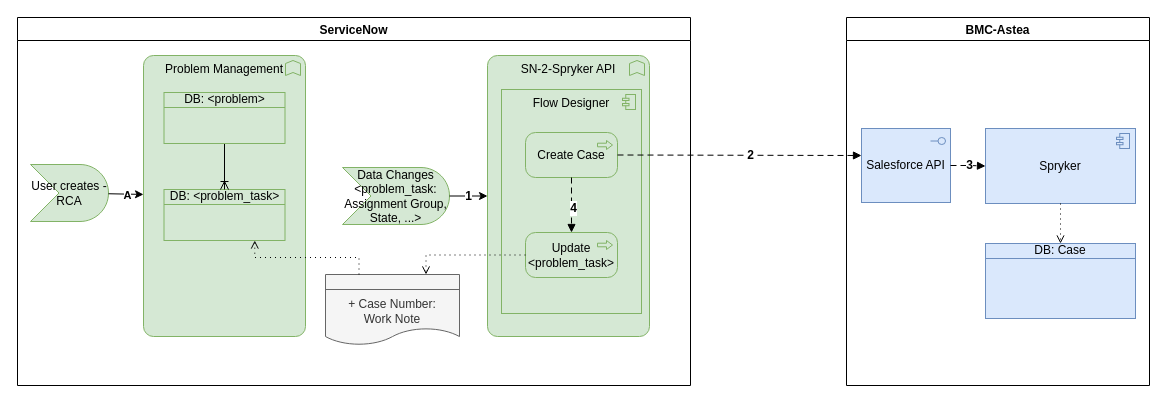
algimas/tmp keeps this draw.io diagram as page "SN>BMC" (1 of 2) of SN2BMC-Astea.drawio. Above is the earlier version. Source tidied: cells renumbered, new cells numbered last; positions are measured from the earlier drawing's top-left corner, leaving out a move shared by most shapes. Both pictures are drawn from the tidied source at 100%, with x=0, y=0 at pixel (17, 17).
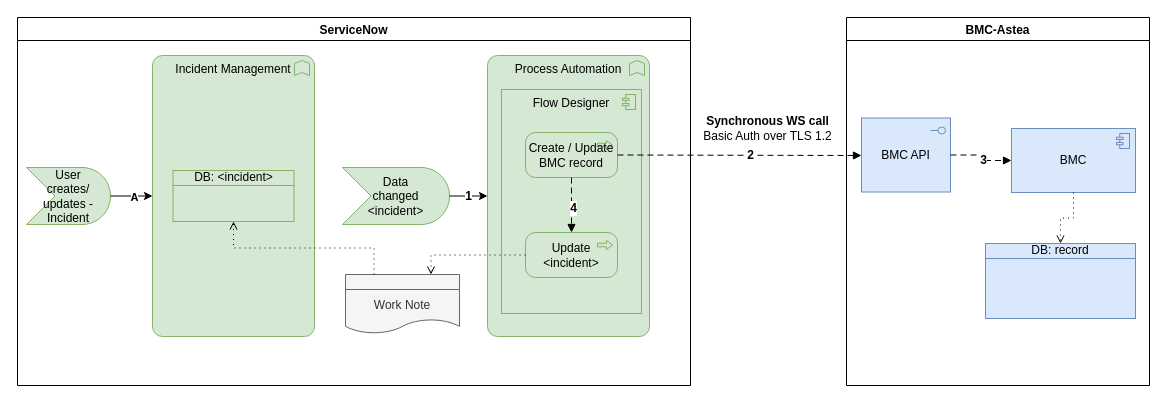
Above is the later version.

The change refers to these unchanged cells:
```xml
<mxCell id="2" value="BMC-Astea" style="swimlane;" parent="1" vertex="1">
  <mxGeometry x="829" width="303" height="368" as="geometry" />
</mxCell>
<mxCell id="9" value="ServiceNow" style="swimlane;" parent="1" vertex="1">
  <mxGeometry width="673" height="368" as="geometry" />
</mxCell>
```

Change to the diagram source:
```diff
@@
-    <mxCell id="3" value="Spryker" style="html=1;outlineConnect=0;whiteSpace=wrap;fillColor=#dae8fc;shape=mxgraph.archimate3.application;appType=comp;archiType=square;strokeColor=#6c8ebf;" parent="2" vertex="1">
-      <mxGeometry x="139" y="111" width="150" height="75" as="geometry" />
+    <mxCell id="3" value="BMC" style="html=1;outlineConnect=0;whiteSpace=wrap;fillColor=#dae8fc;shape=mxgraph.archimate3.application;appType=comp;archiType=square;strokeColor=#6c8ebf;" parent="2" vertex="1">
+      <mxGeometry x="165" y="111" width="124" height="64" as="geometry" />
     </mxCell>
-    <mxCell id="4" value="Salesforce API" style="html=1;outlineConnect=0;whiteSpace=wrap;fillColor=#dae8fc;shape=mxgraph.archimate3.application;appType=interface;archiType=square;strokeColor=#6c8ebf;" parent="2" vertex="1">
-      <mxGeometry x="15" y="111" width="89" height="74" as="geometry" />
+    <mxCell id="4" value="BMC API" style="html=1;outlineConnect=0;whiteSpace=wrap;fillColor=#dae8fc;shape=mxgraph.archimate3.application;appType=interface;archiType=square;strokeColor=#6c8ebf;" parent="2" vertex="1">
+      <mxGeometry x="15" y="100.5" width="89" height="74" as="geometry" />
     </mxCell>
-    <mxCell id="5" value="DB: Case" style="html=1;outlineConnect=0;whiteSpace=wrap;fillColor=#dae8fc;shape=mxgraph.archimate3.businessObject;overflow=fill;strokeColor=#6c8ebf;" parent="2" vertex="1">
+    <mxCell id="5" value="DB: record" style="html=1;outlineConnect=0;whiteSpace=wrap;fillColor=#dae8fc;shape=mxgraph.archimate3.businessObject;overflow=fill;strokeColor=#6c8ebf;" parent="2" vertex="1">
       <mxGeometry x="139" y="226" width="150" height="75" as="geometry" />
     </mxCell>
@@
-    <mxCell id="10" value="&lt;div&gt;+ Case Number:&lt;/div&gt;&lt;div&gt;Work Note&lt;br&gt; &lt;/div&gt;" style="html=1;outlineConnect=0;whiteSpace=wrap;fillColor=#f5f5f5;shape=mxgraph.archimate3.representation;fontSize=12;align=center;strokeColor=#666666;fontColor=#333333;" parent="9" vertex="1">
-      <mxGeometry x="308" y="257" width="134" height="73" as="geometry" />
+    <mxCell id="10" value="&lt;div&gt;&lt;span style=&quot;background-color: initial;&quot;&gt;Work Note&lt;/span&gt;&lt;br&gt;&lt;/div&gt;" style="html=1;outlineConnect=0;whiteSpace=wrap;fillColor=#f5f5f5;shape=mxgraph.archimate3.representation;fontSize=12;align=center;strokeColor=#666666;fontColor=#333333;" parent="9" vertex="1">
+      <mxGeometry x="328" y="257" width="114" height="61" as="geometry" />
     </mxCell>
-    <mxCell id="11" value="User creates - RCA" style="html=1;outlineConnect=0;whiteSpace=wrap;fillColor=#d5e8d4;shape=mxgraph.archimate3.event;strokeColor=#82b366;" parent="9" vertex="1">
-      <mxGeometry x="13" y="147" width="78" height="57" as="geometry" />
+    <mxCell id="11" value="User &lt;br&gt;creates/&lt;br&gt;updates - Incident" style="html=1;outlineConnect=0;whiteSpace=wrap;fillColor=#d5e8d4;shape=mxgraph.archimate3.event;strokeColor=#82b366;" parent="9" vertex="1">
+      <mxGeometry x="9" y="150" width="84" height="57" as="geometry" />
     </mxCell>
-    <mxCell id="12" value="Problem Management" style="html=1;outlineConnect=0;whiteSpace=wrap;fillColor=#d5e8d4;shape=mxgraph.archimate3.application;appType=func;archiType=rounded;strokeColor=#82b366;verticalAlign=top;" parent="9" vertex="1">
-      <mxGeometry x="126" y="38" width="162" height="281" as="geometry" />
+    <mxCell id="12" value="Incident Management" style="html=1;outlineConnect=0;whiteSpace=wrap;fillColor=#d5e8d4;shape=mxgraph.archimate3.application;appType=func;archiType=rounded;strokeColor=#82b366;verticalAlign=top;" parent="9" vertex="1">
+      <mxGeometry x="135" y="38" width="162" height="281" as="geometry" />
     </mxCell>
-    <mxCell id="13" value="DB: &amp;lt;problem_task&amp;gt;" style="html=1;outlineConnect=0;whiteSpace=wrap;fillColor=#d5e8d4;shape=mxgraph.archimate3.businessObject;overflow=fill;strokeColor=#82b366;" parent="9" vertex="1">
-      <mxGeometry x="146.5" y="172" width="121" height="51" as="geometry" />
-    </mxCell>
-    <mxCell id="14" value="Data Changes &amp;lt;problem_task: Assignment Group, State, ...&amp;gt;" style="html=1;outlineConnect=0;whiteSpace=wrap;fillColor=#d5e8d4;shape=mxgraph.archimate3.event;strokeColor=#82b366;" parent="9" vertex="1">
+    <mxCell id="14" value="Data &lt;br&gt;changed&lt;br&gt;&amp;lt;incident&amp;gt;" style="html=1;outlineConnect=0;whiteSpace=wrap;fillColor=#d5e8d4;shape=mxgraph.archimate3.event;strokeColor=#82b366;" parent="9" vertex="1">
       <mxGeometry x="325" y="150" width="107" height="57" as="geometry" />
     </mxCell>
-    <mxCell id="15" value="SN-2-Spryker API" style="html=1;outlineConnect=0;whiteSpace=wrap;fillColor=#d5e8d4;shape=mxgraph.archimate3.application;appType=func;archiType=rounded;strokeColor=#82b366;verticalAlign=top;" parent="9" vertex="1">
+    <mxCell id="15" value="Process Automation" style="html=1;outlineConnect=0;whiteSpace=wrap;fillColor=#d5e8d4;shape=mxgraph.archimate3.application;appType=func;archiType=rounded;strokeColor=#82b366;verticalAlign=top;" parent="9" vertex="1">
       <mxGeometry x="470" y="38" width="162" height="281" as="geometry" />
     </mxCell>
@@
-    <mxCell id="17" style="fontSize=12;html=1;endArrow=ERoneToMany;rounded=0;exitX=0.5;exitY=1;exitDx=0;exitDy=0;exitPerimeter=0;" parent="9" edge="1" source="18" target="13">
-      <mxGeometry relative="1" as="geometry" />
-    </mxCell>
-    <mxCell id="18" value="DB: &amp;lt;problem&amp;gt;" style="html=1;outlineConnect=0;whiteSpace=wrap;fillColor=#d5e8d4;shape=mxgraph.archimate3.businessObject;overflow=fill;strokeColor=#82b366;" parent="9" vertex="1">
-      <mxGeometry x="146.5" y="75" width="121" height="51" as="geometry" />
+    <mxCell id="18" value="DB: &amp;lt;incident&amp;gt;" style="html=1;outlineConnect=0;whiteSpace=wrap;fillColor=#d5e8d4;shape=mxgraph.archimate3.businessObject;overflow=fill;strokeColor=#82b366;" parent="9" vertex="1">
+      <mxGeometry x="155.5" y="153" width="121" height="51" as="geometry" />
     </mxCell>
@@
-    <mxCell id="21" value="Create Case" style="html=1;outlineConnect=0;whiteSpace=wrap;fillColor=#d5e8d4;shape=mxgraph.archimate3.application;appType=proc;archiType=rounded;strokeColor=#82b366;" parent="9" vertex="1">
+    <mxCell id="21" value="Create / Update BMC record" style="html=1;outlineConnect=0;whiteSpace=wrap;fillColor=#d5e8d4;shape=mxgraph.archimate3.application;appType=proc;archiType=rounded;strokeColor=#82b366;" parent="9" vertex="1">
       <mxGeometry x="508" y="115" width="92" height="45" as="geometry" />
     </mxCell>
-    <mxCell id="22" value="Update &amp;lt;problem_task&amp;gt;" style="html=1;outlineConnect=0;whiteSpace=wrap;fillColor=#d5e8d4;shape=mxgraph.archimate3.application;appType=proc;archiType=rounded;strokeColor=#82b366;" parent="9" vertex="1">
+    <mxCell id="22" value="Update &amp;lt;incident&amp;gt;" style="html=1;outlineConnect=0;whiteSpace=wrap;fillColor=#d5e8d4;shape=mxgraph.archimate3.application;appType=proc;archiType=rounded;strokeColor=#82b366;" parent="9" vertex="1">
       <mxGeometry x="508" y="215" width="92" height="45" as="geometry" />
     </mxCell>
@@
-    <mxCell id="26" style="edgeStyle=orthogonalEdgeStyle;html=1;endArrow=open;elbow=vertical;endFill=0;dashed=1;dashPattern=1 4;rounded=0;fillColor=#80b6a1;exitX=0.25;exitY=0;exitDx=0;exitDy=0;exitPerimeter=0;entryX=0.75;entryY=1;entryDx=0;entryDy=0;entryPerimeter=0;" parent="9" edge="1" source="10" target="13">
+    <mxCell id="26" style="edgeStyle=orthogonalEdgeStyle;html=1;endArrow=open;elbow=vertical;endFill=0;dashed=1;dashPattern=1 4;rounded=0;fillColor=#80b6a1;exitX=0.25;exitY=0;exitDx=0;exitDy=0;exitPerimeter=0;" parent="9" edge="1" source="10" target="18">
       <mxGeometry relative="1" as="geometry" />
     </mxCell>
@@
+    <mxCell id="31" value="&lt;div&gt;&lt;b&gt;Synchronous WS call&lt;/b&gt;&lt;/div&gt;&lt;div&gt;Basic Auth over TLS 1.2&lt;/div&gt;" style="text;html=1;align=center;verticalAlign=middle;strokeColor=none;fillColor=none;" parent="1" vertex="1">
+      <mxGeometry x="676" y="90" width="147" height="41" as="geometry" />
+    </mxCell>
```
